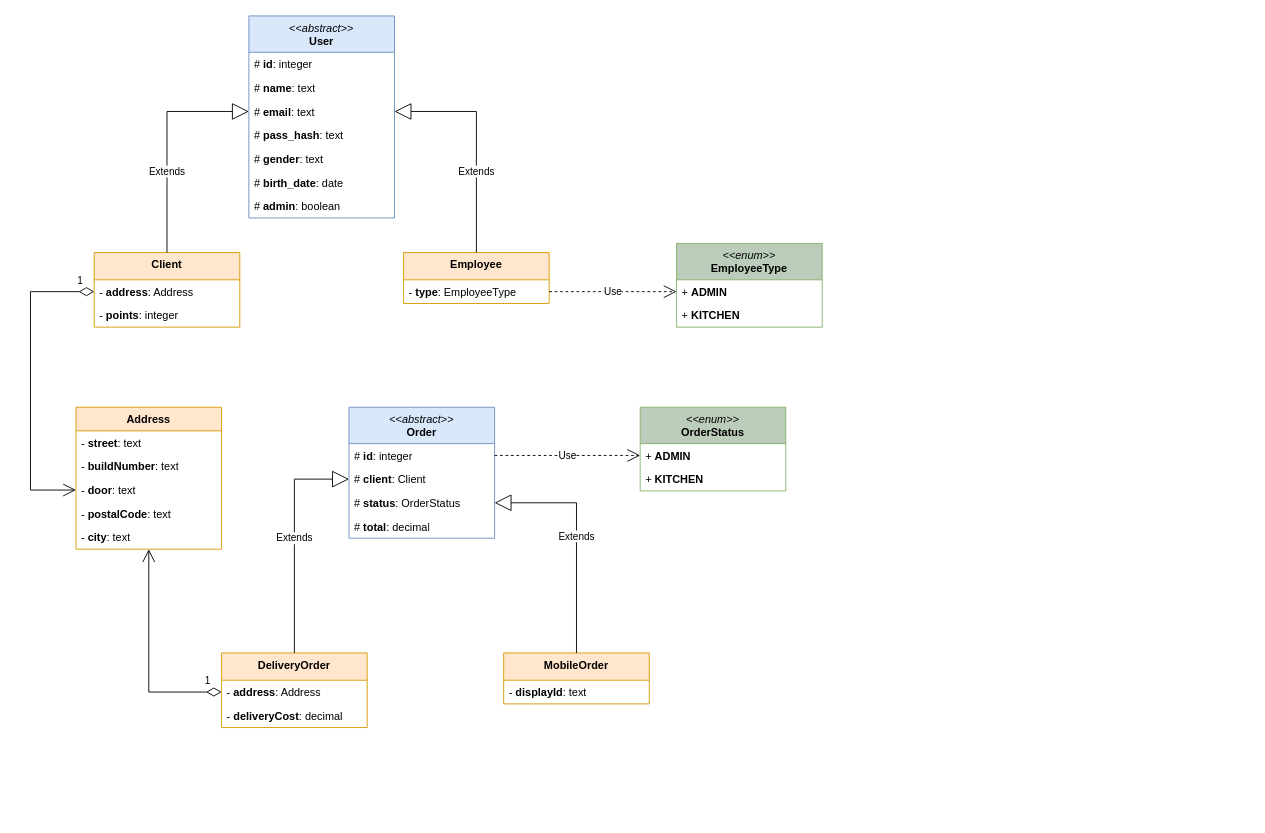
Joaquim-Claudio/MyPastry_PROJETO-WEB-2023-2024 keeps this draw.io diagram as editables/data-models-mypastry-P.D.W.drawio. Above is the earlier version. Source tidied: cells renumbered, new cells numbered last; positions are measured from the earlier drawing's top-left corner, leaving out a move shared by most shapes. Both pictures are drawn from the tidied source at 91%, with x=0, y=0 at pixel (30, 15).
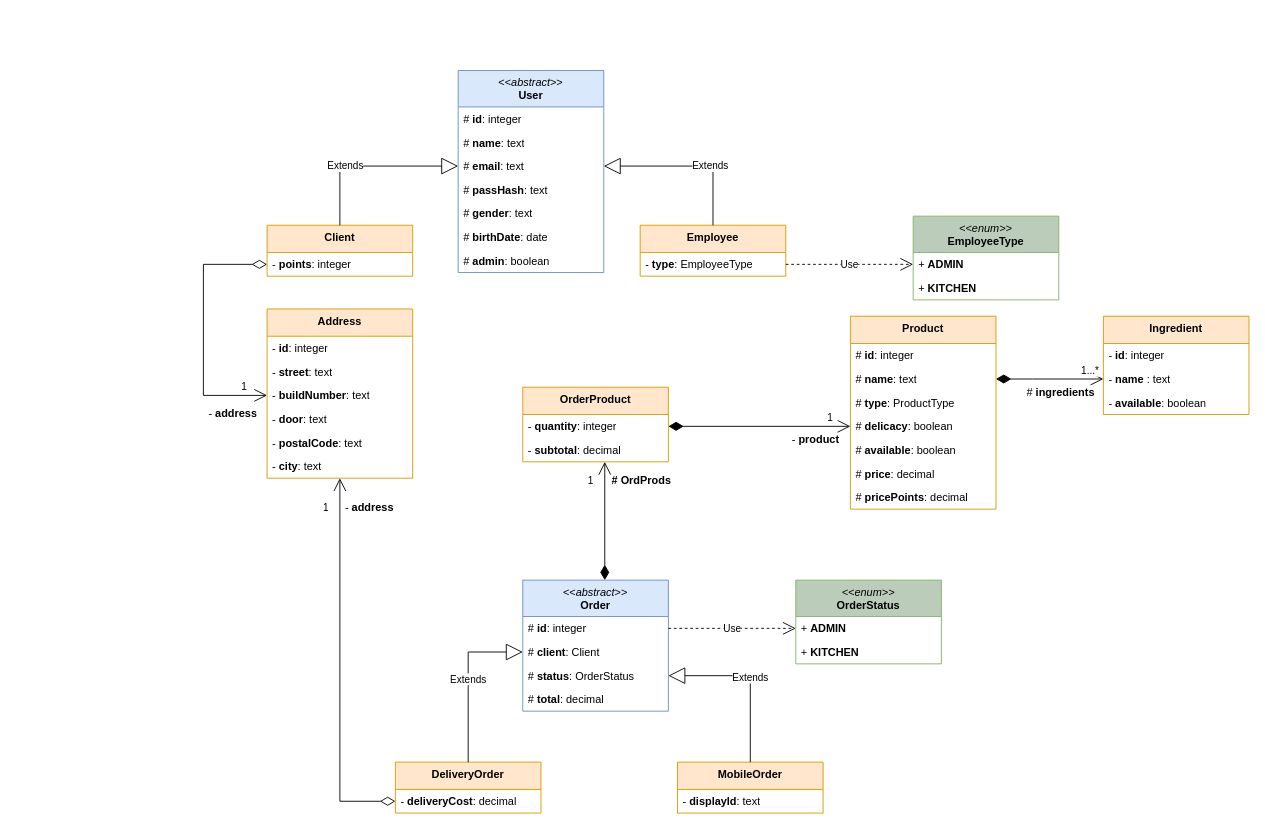
The same diagram, later.

The change refers to these unchanged cells:
```xml
<mxCell id="5" value="#&amp;nbsp;&lt;b&gt;email&lt;/b&gt;: text" style="text;strokeColor=none;fillColor=none;align=left;verticalAlign=top;spacingLeft=4;spacingRight=4;overflow=hidden;points=[[0,0.5],[1,0.5]];portConstraint=eastwest;whiteSpace=wrap;html=1;" parent="2" vertex="1">
  <mxGeometry y="92" width="160" height="26" as="geometry" />
</mxCell>
<mxCell id="22" value="#&amp;nbsp;&lt;b&gt;client&lt;/b&gt;: Client" style="text;strokeColor=none;fillColor=none;align=left;verticalAlign=top;spacingLeft=4;spacingRight=4;overflow=hidden;points=[[0,0.5],[1,0.5]];portConstraint=eastwest;whiteSpace=wrap;html=1;" parent="20" vertex="1">
  <mxGeometry y="66" width="160" height="26" as="geometry" />
</mxCell>
<mxCell id="23" value="#&amp;nbsp;&lt;b&gt;status&lt;/b&gt;: OrderStatus" style="text;strokeColor=none;fillColor=none;align=left;verticalAlign=top;spacingLeft=4;spacingRight=4;overflow=hidden;points=[[0,0.5],[1,0.5]];portConstraint=eastwest;whiteSpace=wrap;html=1;" parent="20" vertex="1">
  <mxGeometry y="92" width="160" height="26" as="geometry" />
</mxCell>
```

Change to the diagram source:
```diff
@@
     <mxCell id="2" value="&lt;div&gt;&lt;span style=&quot;font-weight: normal;&quot;&gt;&amp;lt;&amp;lt;&lt;i&gt;abstract&lt;/i&gt;&amp;gt;&amp;gt;&lt;/span&gt;&lt;/div&gt;User" style="swimlane;fontStyle=1;align=center;verticalAlign=top;horizontal=1;startSize=40;whiteSpace=wrap;html=1;fillColor=#dae8fc;strokeColor=#6c8ebf;" parent="1" vertex="1">
-      <mxGeometry x="240" width="160" height="222" as="geometry" />
+      <mxGeometry x="470" y="60" width="160" height="222" as="geometry" />
     </mxCell>
@@
-    <mxCell id="6" value="#&amp;nbsp;&lt;b&gt;pass_hash&lt;/b&gt;: text" style="text;strokeColor=none;fillColor=none;align=left;verticalAlign=top;spacingLeft=4;spacingRight=4;overflow=hidden;whiteSpace=wrap;html=1;" parent="2" vertex="1">
+    <mxCell id="6" value="#&amp;nbsp;&lt;b&gt;passHash&lt;/b&gt;: text" style="text;strokeColor=none;fillColor=none;align=left;verticalAlign=top;spacingLeft=4;spacingRight=4;overflow=hidden;whiteSpace=wrap;html=1;" parent="2" vertex="1">
       <mxGeometry y="118" width="160" height="26" as="geometry" />
     </mxCell>
@@
-    <mxCell id="8" value="#&amp;nbsp;&lt;b&gt;birth_date&lt;/b&gt;: date" style="text;strokeColor=none;fillColor=none;align=left;verticalAlign=top;spacingLeft=4;spacingRight=4;overflow=hidden;whiteSpace=wrap;html=1;" parent="2" vertex="1">
+    <mxCell id="8" value="#&amp;nbsp;&lt;b&gt;birthDate&lt;/b&gt;: date" style="text;strokeColor=none;fillColor=none;align=left;verticalAlign=top;spacingLeft=4;spacingRight=4;overflow=hidden;whiteSpace=wrap;html=1;" parent="2" vertex="1">
       <mxGeometry y="170" width="160" height="26" as="geometry" />
     </mxCell>
@@
     <mxCell id="10" value="Client" style="swimlane;fontStyle=1;align=center;verticalAlign=top;horizontal=1;startSize=30;whiteSpace=wrap;html=1;fillColor=#ffe6cc;strokeColor=#d79b00;" parent="1" vertex="1">
-      <mxGeometry x="70" y="260" width="160" height="82" as="geometry" />
+      <mxGeometry x="260" y="230" width="160" height="56" as="geometry" />
     </mxCell>
-    <mxCell id="11" value="- &lt;b&gt;address&lt;/b&gt;: Address" style="text;strokeColor=none;fillColor=none;align=left;verticalAlign=top;spacingLeft=4;spacingRight=4;overflow=hidden;points=[[0,0.5],[1,0.5]];portConstraint=eastwest;whiteSpace=wrap;html=1;" parent="10" vertex="1">
-      <mxGeometry y="30" width="160" height="26" as="geometry" />
-    </mxCell>
     <mxCell id="12" value="-&amp;nbsp;&lt;b&gt;points&lt;/b&gt;: integer" style="text;strokeColor=none;fillColor=none;align=left;verticalAlign=top;spacingLeft=4;spacingRight=4;overflow=hidden;points=[[0,0.5],[1,0.5]];portConstraint=eastwest;whiteSpace=wrap;html=1;" parent="10" vertex="1">
-      <mxGeometry y="56" width="160" height="26" as="geometry" />
+      <mxGeometry y="30" width="160" height="26" as="geometry" />
     </mxCell>
     <mxCell id="13" value="Employee" style="swimlane;fontStyle=1;align=center;verticalAlign=top;horizontal=1;startSize=30;whiteSpace=wrap;html=1;fillColor=#ffe6cc;strokeColor=#d79b00;" parent="1" vertex="1">
-      <mxGeometry x="410" y="260" width="160" height="56" as="geometry" />
+      <mxGeometry x="670" y="230" width="160" height="56" as="geometry" />
     </mxCell>
@@
     <mxCell id="15" value="Extends" style="endArrow=block;endSize=16;endFill=0;html=1;rounded=0;exitX=0.5;exitY=0;exitDx=0;exitDy=0;entryX=0;entryY=0.5;entryDx=0;entryDy=0;" parent="1" edge="1" source="10" target="5">
       <mxGeometry x="-0.27" relative="1" as="geometry">
         <Array as="points">
-          <mxPoint x="150" y="105" />
+          <mxPoint x="340" y="165" />
         </Array>
       </mxGeometry>
     </mxCell>
     <mxCell id="16" value="Extends" style="endArrow=block;endSize=16;endFill=0;html=1;rounded=0;exitX=0.5;exitY=0;exitDx=0;exitDy=0;entryX=1;entryY=0.5;entryDx=0;entryDy=0;" parent="1" edge="1" source="13" target="5">
       <mxGeometry x="-0.27" relative="1" as="geometry">
         <Array as="points">
-          <mxPoint x="490" y="105" />
+          <mxPoint x="750" y="165" />
         </Array>
       </mxGeometry>
     </mxCell>
     <mxCell id="17" value="&lt;div&gt;&lt;i style=&quot;font-weight: normal;&quot;&gt;&amp;lt;&amp;lt;enum&amp;gt;&amp;gt;&lt;/i&gt;&lt;/div&gt;EmployeeType" style="swimlane;fontStyle=1;align=center;verticalAlign=top;horizontal=1;startSize=40;whiteSpace=wrap;html=1;fillColor=#BBCCBA;strokeColor=#82b366;" parent="1" vertex="1">
-      <mxGeometry x="710" y="250" width="160" height="92" as="geometry" />
+      <mxGeometry x="970" y="220" width="160" height="92" as="geometry" />
     </mxCell>
@@
     <mxCell id="20" value="&lt;div&gt;&lt;span style=&quot;font-weight: normal;&quot;&gt;&amp;lt;&amp;lt;&lt;i&gt;abstract&lt;/i&gt;&amp;gt;&amp;gt;&lt;/span&gt;&lt;/div&gt;Order" style="swimlane;fontStyle=1;align=center;verticalAlign=top;horizontal=1;startSize=40;whiteSpace=wrap;html=1;fillColor=#dae8fc;strokeColor=#6c8ebf;" parent="1" vertex="1">
-      <mxGeometry x="350" y="430" width="160" height="144" as="geometry" />
+      <mxGeometry x="541" y="620" width="160" height="144" as="geometry" />
     </mxCell>
@@
     <mxCell id="25" value="&lt;div&gt;&lt;i style=&quot;font-weight: normal;&quot;&gt;&amp;lt;&amp;lt;enum&amp;gt;&amp;gt;&lt;/i&gt;&lt;/div&gt;OrderStatus" style="swimlane;fontStyle=1;align=center;verticalAlign=top;horizontal=1;startSize=40;whiteSpace=wrap;html=1;fillColor=#BBCCBA;strokeColor=#82b366;" parent="1" vertex="1">
-      <mxGeometry x="670" y="430" width="160" height="92" as="geometry" />
+      <mxGeometry x="841" y="620" width="160" height="92" as="geometry" />
     </mxCell>
@@
-    <mxCell id="28" value="Address" style="swimlane;fontStyle=1;align=center;verticalAlign=top;horizontal=1;startSize=26;whiteSpace=wrap;html=1;fillColor=#ffe6cc;strokeColor=#d79b00;" parent="1" vertex="1">
-      <mxGeometry x="50" y="430" width="160" height="156" as="geometry" />
+    <mxCell id="28" value="Address" style="swimlane;fontStyle=1;align=center;verticalAlign=top;horizontal=1;startSize=30;whiteSpace=wrap;html=1;fillColor=#ffe6cc;strokeColor=#d79b00;" parent="1" vertex="1">
+      <mxGeometry x="260" y="322" width="160" height="186" as="geometry" />
     </mxCell>
+    <mxCell id="45" value="- &lt;b&gt;id&lt;/b&gt;: integer" style="text;strokeColor=none;fillColor=none;align=left;verticalAlign=top;spacingLeft=4;spacingRight=4;overflow=hidden;whiteSpace=wrap;html=1;" parent="28" vertex="1">
+      <mxGeometry y="30" width="160" height="26" as="geometry" />
+    </mxCell>
     <mxCell id="29" value="- &lt;b&gt;street&lt;/b&gt;: text&lt;div&gt;&lt;br&gt;&lt;/div&gt;" style="text;strokeColor=none;fillColor=none;align=left;verticalAlign=top;spacingLeft=4;spacingRight=4;overflow=hidden;whiteSpace=wrap;html=1;" parent="28" vertex="1">
-      <mxGeometry y="26" width="160" height="26" as="geometry" />
+      <mxGeometry y="56" width="160" height="26" as="geometry" />
     </mxCell>
     <mxCell id="30" value="- &lt;b&gt;buildNumber&lt;/b&gt;: text" style="text;strokeColor=none;fillColor=none;align=left;verticalAlign=top;spacingLeft=4;spacingRight=4;overflow=hidden;points=[[0,0.5],[1,0.5]];portConstraint=eastwest;whiteSpace=wrap;html=1;" parent="28" vertex="1">
-      <mxGeometry y="52" width="160" height="26" as="geometry" />
+      <mxGeometry y="82" width="160" height="26" as="geometry" />
     </mxCell>
     <mxCell id="31" value="- &lt;b&gt;door&lt;/b&gt;: text" style="text;strokeColor=none;fillColor=none;align=left;verticalAlign=top;spacingLeft=4;spacingRight=4;overflow=hidden;points=[[0,0.5],[1,0.5]];portConstraint=eastwest;whiteSpace=wrap;html=1;" parent="28" vertex="1">
-      <mxGeometry y="78" width="160" height="26" as="geometry" />
+      <mxGeometry y="108" width="160" height="26" as="geometry" />
     </mxCell>
     <mxCell id="32" value="- &lt;b&gt;postalCode&lt;/b&gt;: text" style="text;strokeColor=none;fillColor=none;align=left;verticalAlign=top;spacingLeft=4;spacingRight=4;overflow=hidden;whiteSpace=wrap;html=1;" parent="28" vertex="1">
-      <mxGeometry y="104" width="160" height="26" as="geometry" />
+      <mxGeometry y="134" width="160" height="26" as="geometry" />
     </mxCell>
     <mxCell id="33" value="- &lt;b&gt;city&lt;/b&gt;: text" style="text;strokeColor=none;fillColor=none;align=left;verticalAlign=top;spacingLeft=4;spacingRight=4;overflow=hidden;whiteSpace=wrap;html=1;" parent="28" vertex="1">
-      <mxGeometry y="130" width="160" height="26" as="geometry" />
+      <mxGeometry y="160" width="160" height="26" as="geometry" />
     </mxCell>
     <mxCell id="34" value="MobileOrder" style="swimlane;fontStyle=1;align=center;verticalAlign=top;horizontal=1;startSize=30;whiteSpace=wrap;html=1;fillColor=#ffe6cc;strokeColor=#d79b00;" parent="1" vertex="1">
-      <mxGeometry x="520" y="700" width="160" height="56" as="geometry" />
+      <mxGeometry x="711" y="820" width="160" height="56" as="geometry" />
     </mxCell>
@@
     <mxCell id="36" value="DeliveryOrder" style="swimlane;fontStyle=1;align=center;verticalAlign=top;horizontal=1;startSize=30;whiteSpace=wrap;html=1;fillColor=#ffe6cc;strokeColor=#d79b00;" parent="1" vertex="1">
-      <mxGeometry x="210" y="700" width="160" height="82" as="geometry" />
+      <mxGeometry x="401" y="820" width="160" height="56" as="geometry" />
     </mxCell>
-    <mxCell id="37" value="- &lt;b&gt;address&lt;/b&gt;: Address" style="text;strokeColor=none;fillColor=none;align=left;verticalAlign=top;spacingLeft=4;spacingRight=4;overflow=hidden;points=[[0,0.5],[1,0.5]];portConstraint=eastwest;whiteSpace=wrap;html=1;" parent="36" vertex="1">
-      <mxGeometry y="30" width="160" height="26" as="geometry" />
-    </mxCell>
     <mxCell id="38" value="- &lt;b&gt;deliveryCost&lt;/b&gt;: decimal" style="text;strokeColor=none;fillColor=none;align=left;verticalAlign=top;spacingLeft=4;spacingRight=4;overflow=hidden;points=[[0,0.5],[1,0.5]];portConstraint=eastwest;whiteSpace=wrap;html=1;" parent="36" vertex="1">
-      <mxGeometry y="56" width="160" height="26" as="geometry" />
+      <mxGeometry y="30" width="160" height="26" as="geometry" />
     </mxCell>
-    <mxCell id="39" value="1" style="endArrow=open;html=1;endSize=12;startArrow=diamondThin;startSize=14;startFill=0;edgeStyle=orthogonalEdgeStyle;align=left;verticalAlign=bottom;rounded=0;exitX=0;exitY=0.5;exitDx=0;exitDy=0;entryX=0;entryY=0.5;entryDx=0;entryDy=0;" parent="1" edge="1" source="11" target="31">
-      <mxGeometry x="-0.88" y="-3" relative="1" as="geometry">
-        <Array as="points">
-          <mxPoint y="303" />
-          <mxPoint y="521" />
-        </Array>
-      </mxGeometry>
-    </mxCell>
-    <mxCell id="40" value="1" style="endArrow=open;html=1;endSize=12;startArrow=diamondThin;startSize=14;startFill=0;edgeStyle=orthogonalEdgeStyle;align=left;verticalAlign=bottom;rounded=0;exitX=0;exitY=0.5;exitDx=0;exitDy=0;entryX=0.5;entryY=1;entryDx=0;entryDy=0;" parent="1" edge="1" source="37" target="28">
-      <mxGeometry x="-0.83" y="-3" relative="1" as="geometry" />
-    </mxCell>
     <mxCell id="41" value="Extends" style="endArrow=block;endSize=16;endFill=0;html=1;rounded=0;exitX=0.5;exitY=0;exitDx=0;exitDy=0;entryX=0;entryY=0.5;entryDx=0;entryDy=0;" parent="1" edge="1" source="36" target="22">
       <mxGeometry relative="1" as="geometry">
         <Array as="points">
-          <mxPoint x="290" y="509" />
+          <mxPoint x="481" y="699" />
         </Array>
       </mxGeometry>
     </mxCell>
     <mxCell id="42" value="Extends" style="endArrow=block;endSize=16;endFill=0;html=1;rounded=0;exitX=0.5;exitY=0;exitDx=0;exitDy=0;entryX=1;entryY=0.5;entryDx=0;entryDy=0;" parent="1" edge="1" source="34" target="23">
       <mxGeometry relative="1" as="geometry">
         <Array as="points">
-          <mxPoint x="600" y="535" />
+          <mxPoint x="791" y="725" />
         </Array>
       </mxGeometry>
     </mxCell>
@@
+    <mxCell id="46" value="Product" style="swimlane;fontStyle=1;align=center;verticalAlign=top;horizontal=1;startSize=30;whiteSpace=wrap;html=1;fillColor=#ffe6cc;strokeColor=#d79b00;" parent="1" vertex="1">
+      <mxGeometry x="901" y="330" width="160" height="212" as="geometry" />
+    </mxCell>
+    <mxCell id="47" value="# &lt;b&gt;id&lt;/b&gt;: integer" style="text;strokeColor=none;fillColor=none;align=left;verticalAlign=top;spacingLeft=4;spacingRight=4;overflow=hidden;whiteSpace=wrap;html=1;" parent="46" vertex="1">
+      <mxGeometry y="30" width="160" height="26" as="geometry" />
+    </mxCell>
+    <mxCell id="48" value="# &lt;b&gt;name&lt;/b&gt;: text" style="text;strokeColor=none;fillColor=none;align=left;verticalAlign=top;spacingLeft=4;spacingRight=4;overflow=hidden;points=[[0,0.5],[1,0.5]];portConstraint=eastwest;whiteSpace=wrap;html=1;" parent="46" vertex="1">
+      <mxGeometry y="56" width="160" height="26" as="geometry" />
+    </mxCell>
+    <mxCell id="49" value="# &lt;b&gt;type&lt;/b&gt;: ProductType" style="text;strokeColor=none;fillColor=none;align=left;verticalAlign=top;spacingLeft=4;spacingRight=4;overflow=hidden;whiteSpace=wrap;html=1;" parent="46" vertex="1">
+      <mxGeometry y="82" width="160" height="26" as="geometry" />
+    </mxCell>
+    <mxCell id="50" value="# &lt;b&gt;delicacy&lt;/b&gt;: boolean" style="text;strokeColor=none;fillColor=none;align=left;verticalAlign=top;spacingLeft=4;spacingRight=4;overflow=hidden;points=[[0,0.5],[1,0.5]];portConstraint=eastwest;whiteSpace=wrap;html=1;" parent="46" vertex="1">
+      <mxGeometry y="108" width="160" height="26" as="geometry" />
+    </mxCell>
+    <mxCell id="51" value="# &lt;b&gt;available&lt;/b&gt;: boolean" style="text;strokeColor=none;fillColor=none;align=left;verticalAlign=top;spacingLeft=4;spacingRight=4;overflow=hidden;whiteSpace=wrap;html=1;" parent="46" vertex="1">
+      <mxGeometry y="134" width="160" height="26" as="geometry" />
+    </mxCell>
+    <mxCell id="52" value="# &lt;b&gt;price&lt;/b&gt;: decimal" style="text;strokeColor=none;fillColor=none;align=left;verticalAlign=top;spacingLeft=4;spacingRight=4;overflow=hidden;whiteSpace=wrap;html=1;" parent="46" vertex="1">
+      <mxGeometry y="160" width="160" height="26" as="geometry" />
+    </mxCell>
+    <mxCell id="53" value="# &lt;b&gt;pricePoints&lt;/b&gt;: decimal" style="text;strokeColor=none;fillColor=none;align=left;verticalAlign=top;spacingLeft=4;spacingRight=4;overflow=hidden;whiteSpace=wrap;html=1;" parent="46" vertex="1">
+      <mxGeometry y="186" width="160" height="26" as="geometry" />
+    </mxCell>
+    <mxCell id="54" value="OrderProduct" style="swimlane;fontStyle=1;align=center;verticalAlign=top;horizontal=1;startSize=30;whiteSpace=wrap;html=1;fillColor=#ffe6cc;strokeColor=#d79b00;" parent="1" vertex="1">
+      <mxGeometry x="541" y="408" width="160" height="82" as="geometry" />
+    </mxCell>
+    <mxCell id="55" value="- &lt;b&gt;quantity&lt;/b&gt;: integer" style="text;strokeColor=none;fillColor=none;align=left;verticalAlign=top;spacingLeft=4;spacingRight=4;overflow=hidden;points=[[0,0.5],[1,0.5]];portConstraint=eastwest;whiteSpace=wrap;html=1;" parent="54" vertex="1">
+      <mxGeometry y="30" width="160" height="26" as="geometry" />
+    </mxCell>
+    <mxCell id="56" value="- &lt;b&gt;subtotal&lt;/b&gt;: decimal" style="text;strokeColor=none;fillColor=none;align=left;verticalAlign=top;spacingLeft=4;spacingRight=4;overflow=hidden;points=[[0,0.5],[1,0.5]];portConstraint=eastwest;whiteSpace=wrap;html=1;" parent="54" vertex="1">
+      <mxGeometry y="56" width="160" height="26" as="geometry" />
+    </mxCell>
+    <mxCell id="57" value="- &lt;b&gt;address&lt;/b&gt;" style="text;strokeColor=none;fillColor=none;align=left;verticalAlign=top;spacingLeft=4;spacingRight=4;overflow=hidden;whiteSpace=wrap;html=1;" parent="1" vertex="1">
+      <mxGeometry x="190" y="423" width="70" height="26" as="geometry" />
+    </mxCell>
+    <mxCell id="58" value="- &lt;b&gt;address&lt;/b&gt;" style="text;strokeColor=none;fillColor=none;align=left;verticalAlign=top;spacingLeft=4;spacingRight=4;overflow=hidden;whiteSpace=wrap;html=1;" parent="1" vertex="1">
+      <mxGeometry x="340" y="526" width="70" height="26" as="geometry" />
+    </mxCell>
+    <mxCell id="59" value="- &lt;b&gt;product&lt;/b&gt;" style="text;strokeColor=none;fillColor=none;align=left;verticalAlign=top;spacingLeft=4;spacingRight=4;overflow=hidden;whiteSpace=wrap;html=1;" parent="1" vertex="1">
+      <mxGeometry x="831" y="452" width="70" height="26" as="geometry" />
+    </mxCell>
+    <mxCell id="60" value="&lt;b&gt;# OrdProds&lt;/b&gt;" style="text;strokeColor=none;fillColor=none;align=left;verticalAlign=top;spacingLeft=4;spacingRight=4;overflow=hidden;whiteSpace=wrap;html=1;" parent="1" vertex="1">
+      <mxGeometry x="633" y="497" width="80" height="26" as="geometry" />
+    </mxCell>
+    <mxCell id="61" value="1" style="endArrow=open;html=1;endSize=12;startArrow=diamondThin;startSize=14;startFill=1;edgeStyle=orthogonalEdgeStyle;align=left;verticalAlign=bottom;rounded=0;entryX=0;entryY=0.5;entryDx=0;entryDy=0;exitX=1;exitY=0.5;exitDx=0;exitDy=0;" parent="1" edge="1" source="55" target="50">
+      <mxGeometry x="0.73" relative="1" as="geometry" />
+    </mxCell>
+    <mxCell id="62" value="1" style="endArrow=open;html=1;endSize=12;startArrow=diamondThin;startSize=14;startFill=1;edgeStyle=orthogonalEdgeStyle;align=left;verticalAlign=bottom;rounded=0;entryX=0.563;entryY=1;entryDx=0;entryDy=0;entryPerimeter=0;exitX=0.563;exitY=0;exitDx=0;exitDy=0;exitPerimeter=0;" parent="1" edge="1" source="20" target="56">
+      <mxGeometry x="0.54" y="20" relative="1" as="geometry" />
+    </mxCell>
+    <mxCell id="63" value="1" style="endArrow=open;html=1;endSize=12;startArrow=diamondThin;startSize=14;startFill=0;edgeStyle=orthogonalEdgeStyle;align=left;verticalAlign=bottom;rounded=0;entryX=0.5;entryY=1;entryDx=0;entryDy=0;exitX=0;exitY=0.5;exitDx=0;exitDy=0;" parent="1" edge="1" source="38" target="28">
+      <mxGeometry x="0.8" y="20" relative="1" as="geometry" />
+    </mxCell>
+    <mxCell id="39" value="1" style="endArrow=open;html=1;endSize=12;startArrow=diamondThin;startSize=14;startFill=0;edgeStyle=orthogonalEdgeStyle;align=left;verticalAlign=bottom;rounded=0;exitX=0;exitY=0.5;exitDx=0;exitDy=0;entryX=0;entryY=0.5;entryDx=0;entryDy=0;" parent="1" edge="1" source="12" target="30">
+      <mxGeometry x="0.79" relative="1" as="geometry">
+        <Array as="points">
+          <mxPoint x="190" y="273" />
+          <mxPoint x="190" y="417" />
+        </Array>
+      </mxGeometry>
+    </mxCell>
+    <mxCell id="64" value="Ingredient" style="swimlane;fontStyle=1;align=center;verticalAlign=top;horizontal=1;startSize=30;whiteSpace=wrap;html=1;fillColor=#ffe6cc;strokeColor=#d79b00;" parent="1" vertex="1">
+      <mxGeometry x="1179" y="330" width="160" height="108" as="geometry" />
+    </mxCell>
+    <mxCell id="65" value="- &lt;b&gt;id&lt;/b&gt;: integer" style="text;strokeColor=none;fillColor=none;align=left;verticalAlign=top;spacingLeft=4;spacingRight=4;overflow=hidden;whiteSpace=wrap;html=1;" parent="64" vertex="1">
+      <mxGeometry y="30" width="160" height="26" as="geometry" />
+    </mxCell>
+    <mxCell id="66" value="- &lt;b&gt;name&lt;/b&gt; : text" style="text;strokeColor=none;fillColor=none;align=left;verticalAlign=top;spacingLeft=4;spacingRight=4;overflow=hidden;points=[[0,0.5],[1,0.5]];portConstraint=eastwest;whiteSpace=wrap;html=1;" parent="64" vertex="1">
+      <mxGeometry y="56" width="160" height="26" as="geometry" />
+    </mxCell>
+    <mxCell id="67" value="- &lt;b&gt;available&lt;/b&gt;: boolean" style="text;strokeColor=none;fillColor=none;align=left;verticalAlign=top;spacingLeft=4;spacingRight=4;overflow=hidden;whiteSpace=wrap;html=1;" parent="64" vertex="1">
+      <mxGeometry y="82" width="160" height="26" as="geometry" />
+    </mxCell>
+    <mxCell id="68" value="1...*" style="endArrow=open;html=1;endSize=12;startArrow=diamondThin;startSize=14;startFill=1;edgeStyle=orthogonalEdgeStyle;align=left;verticalAlign=bottom;rounded=0;exitX=1;exitY=0.5;exitDx=0;exitDy=0;entryX=0;entryY=0.5;entryDx=0;entryDy=0;" parent="1" edge="1" source="48" target="66">
+      <mxGeometry x="0.56" relative="1" as="geometry">
+        <Array as="points">
+          <mxPoint x="1101" y="399" />
+          <mxPoint x="1101" y="399" />
+        </Array>
+      </mxGeometry>
+    </mxCell>
+    <mxCell id="69" value="# &lt;b&gt;ingredients&lt;/b&gt;" style="text;strokeColor=none;fillColor=none;align=left;verticalAlign=top;spacingLeft=4;spacingRight=4;overflow=hidden;whiteSpace=wrap;html=1;" parent="1" vertex="1">
+      <mxGeometry x="1089" y="400" width="100" height="26" as="geometry" />
+    </mxCell>
```
